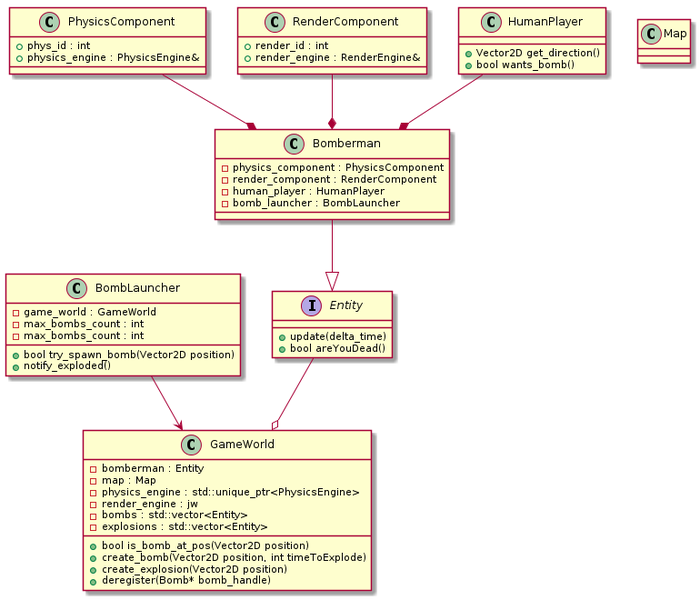
This is docs/img/class_diagram.png from NadzwyczajnaGrupaRobocza/bomberman, a PlantUML export, as it was before one commit.
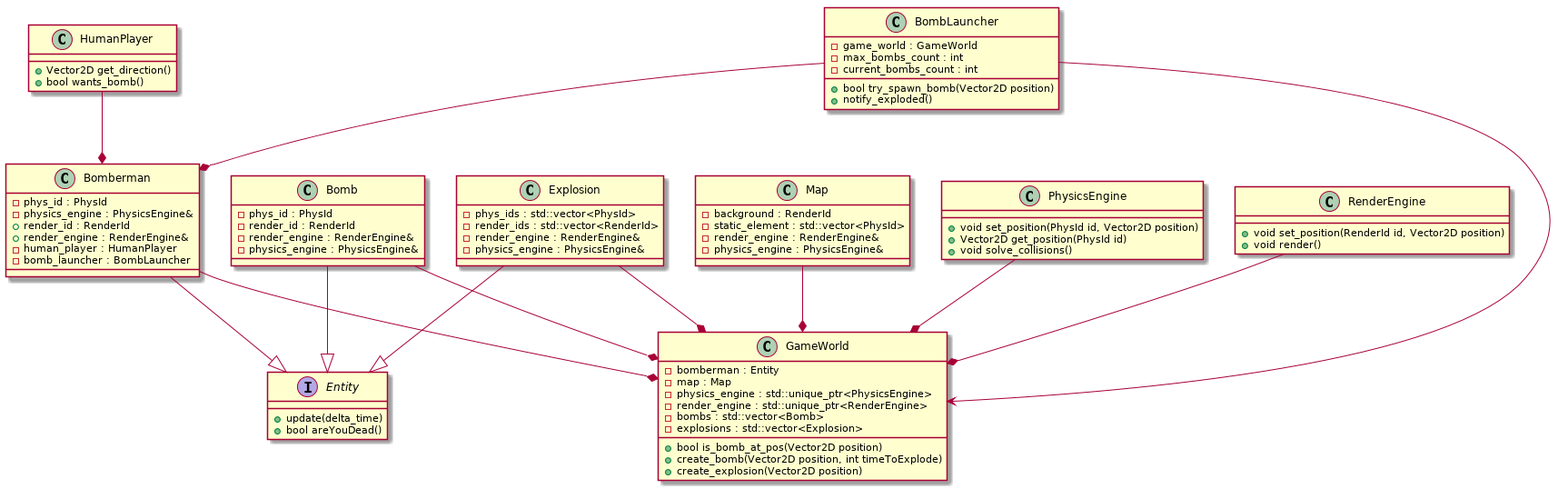
The same file after the commit.

Diff of the diagram source:
```diff
@@ -6,8 +6,10 @@
 }
 
 class Bomberman {
-- physics_component : PhysicsComponent
-- render_component : RenderComponent
+- phys_id : PhysId
+- physics_engine : PhysicsEngine&
++ render_id : RenderId
++ render_engine : RenderEngine&
 - human_player : HumanPlayer
 - bomb_launcher : BombLauncher
 }
@@ -16,23 +18,12 @@
 - bomberman : Entity
 - map : Map
 - physics_engine : std::unique_ptr<PhysicsEngine>
-- render_engine : jw
-- bombs : std::vector<Entity>
-- explosions : std::vector<Entity>
+- render_engine : std::unique_ptr<RenderEngine>
+- bombs : std::vector<Bomb>
+- explosions : std::vector<Explosion>
 + bool is_bomb_at_pos(Vector2D position)
 + create_bomb(Vector2D position, int timeToExplode)
 + create_explosion(Vector2D position)
-+ deregister(Bomb* bomb_handle)
-}
-
-class PhysicsComponent {
-+ phys_id : int
-+ physics_engine : PhysicsEngine&
-}
-
-class RenderComponent {
-+ render_id : int
-+ render_engine : RenderEngine&
 }
 
 class HumanPlayer {
@@ -43,23 +34,60 @@
 class BombLauncher {
 - game_world : GameWorld
 - max_bombs_count : int
-- max_bombs_count : int
+- current_bombs_count : int
 + bool try_spawn_bomb(Vector2D position)
 + notify_exploded()
 }
 
 class Map {
+- background : RenderId
+- static_element : std::vector<PhysId>
+- render_engine : RenderEngine&
+- physics_engine : PhysicsEngine&
+}
 
+class PhysicsEngine{
++ void set_position(PhysId id, Vector2D position)
++ Vector2D get_position(PhysId id)
++ void solve_collisions()
+}
+
+class RenderEngine{
++ void set_position(RenderId id, Vector2D position)
++ void render()
+}
+
+class Bomb {
+- phys_id : PhysId
+- render_id : RenderId
+- render_engine : RenderEngine&
+- physics_engine : PhysicsEngine&
+}
+
+class Explosion {
+- phys_ids : std::vector<PhysId>
+- render_ids : std::vector<RenderId>
+- render_engine : RenderEngine&
+- physics_engine : PhysicsEngine&
 }
 
 Bomberman --|> Entity
+Bomb --|> Entity
+Explosion --|> Entity
 
-PhysicsComponent --* Bomberman
-RenderComponent --* Bomberman
+Bomberman --* GameWorld
+Bomb --* GameWorld
+Explosion --* GameWorld
+
 HumanPlayer --* Bomberman
 
 BombLauncher --> GameWorld
+BombLauncher --* Bomberman
 
-Entity --o GameWorld
+
+Map --* GameWorld
+
+RenderEngine --* GameWorld
+PhysicsEngine --* GameWorld
 
 @enduml
```
